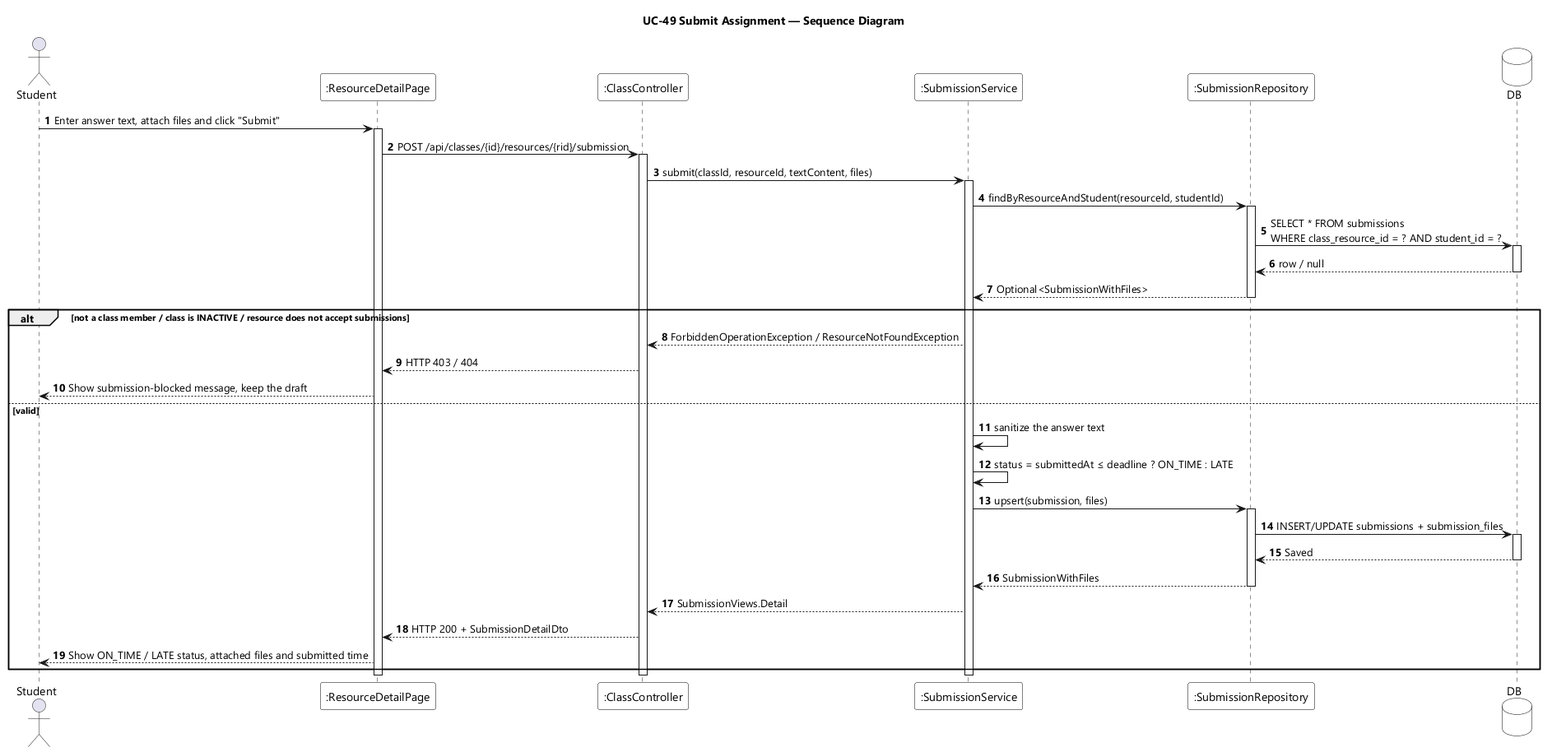
Earlier version of the PlantUML export designs/sds-diagrams/uc49/uc49-sequence-diagram.png (EduA-system/EduA-system). Its diagram source:
```plantuml
@startuml UC-49 Submit Assignment - Sequence Diagram
skinparamlocked dpi 96
skinparam defaultFontName "Segoe UI"
skinparam shadowing false
skinparam sequenceMessageAlign left
skinparam ParticipantBackgroundColor #FFFFFF
skinparam ParticipantBorderColor #000000
skinparam DatabaseBackgroundColor #FFFFFF
skinparam DatabaseBorderColor #000000
skinparam noteBackgroundColor #F5F5F5
skinparam noteBorderColor #666666
title UC-49 Submit Assignment — Sequence Diagram

actor Student
participant ":ResourceDetailPage" as UI
participant ":ClassController" as CTL
participant ":SubmissionService" as SVC
participant ":SubmissionRepository" as REPO
database DB

autonumber
Student -> UI : Enter answer text, attach files and click "Submit"
activate UI
UI -> CTL : POST /api/classes/{id}/resources/{rid}/submission
activate CTL
CTL -> SVC : submit(classId, resourceId, textContent, files)
activate SVC

SVC -> REPO : findByResourceAndStudent(resourceId, studentId)
activate REPO
REPO -> DB : SELECT * FROM submissions\nWHERE class_resource_id = ? AND student_id = ?
activate DB
DB --> REPO : row / null
deactivate DB
REPO --> SVC : Optional<SubmissionWithFiles>
deactivate REPO

alt not a class member / class is INACTIVE / resource does not accept submissions
  SVC --> CTL : ForbiddenOperationException / ResourceNotFoundException
  CTL --> UI : HTTP 403 / 404
  UI --> Student : Show submission-blocked message, keep the draft

else valid
  SVC -> SVC : sanitize the answer text
  SVC -> SVC : status = submittedAt ≤ deadline ? ON_TIME : LATE

  SVC -> REPO : upsert(submission, files)
  activate REPO
  REPO -> DB : INSERT/UPDATE submissions + submission_files
  activate DB
  DB --> REPO : Saved
  deactivate DB
  REPO --> SVC : SubmissionWithFiles
  deactivate REPO

  SVC --> CTL : SubmissionViews.Detail
  CTL --> UI : HTTP 200 + SubmissionDetailDto
  UI --> Student : Show ON_TIME / LATE status, attached files and submitted time
end

deactivate SVC
deactivate CTL
deactivate UI
@enduml
```
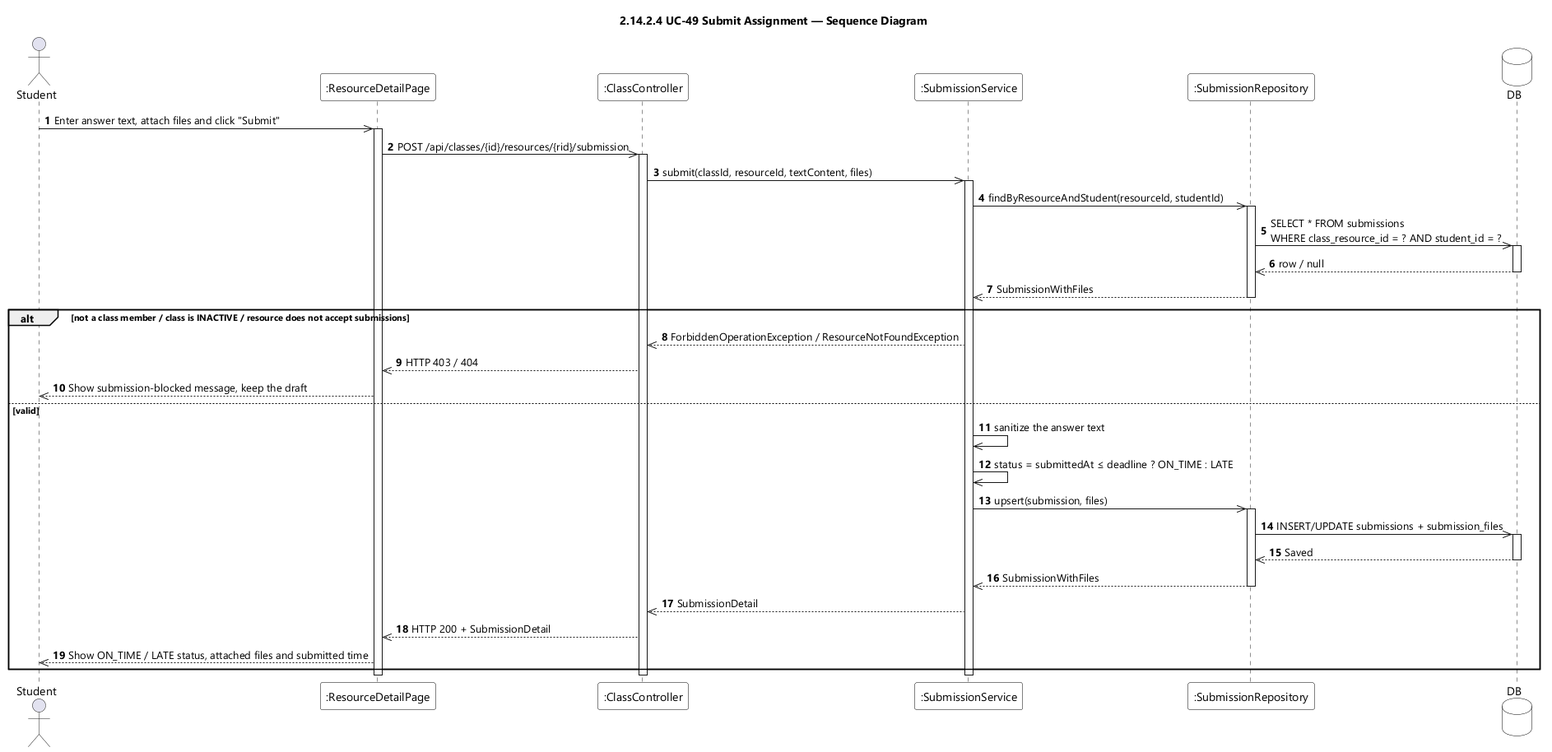
Above is the later version.

Change to the diagram source:
```diff
@@ -9,7 +9,7 @@
 skinparam DatabaseBorderColor #000000
 skinparam noteBackgroundColor #F5F5F5
 skinparam noteBorderColor #666666
-title UC-49 Submit Assignment — Sequence Diagram
+title 2.14.2.4 UC-49 Submit Assignment — Sequence Diagram
 
 actor Student
 participant ":ResourceDetailPage" as UI
@@ -19,43 +19,43 @@
 database DB
 
 autonumber
-Student -> UI : Enter answer text, attach files and click "Submit"
+Student ->> UI : Enter answer text, attach files and click "Submit"
 activate UI
-UI -> CTL : POST /api/classes/{id}/resources/{rid}/submission
+UI ->> CTL : POST /api/classes/{id}/resources/{rid}/submission
 activate CTL
-CTL -> SVC : submit(classId, resourceId, textContent, files)
+CTL ->> SVC : submit(classId, resourceId, textContent, files)
 activate SVC
 
-SVC -> REPO : findByResourceAndStudent(resourceId, studentId)
+SVC ->> REPO : findByResourceAndStudent(resourceId, studentId)
 activate REPO
-REPO -> DB : SELECT * FROM submissions\nWHERE class_resource_id = ? AND student_id = ?
+REPO ->> DB : SELECT * FROM submissions\nWHERE class_resource_id = ? AND student_id = ?
 activate DB
-DB --> REPO : row / null
+DB -->> REPO : row / null
 deactivate DB
-REPO --> SVC : Optional<SubmissionWithFiles>
+REPO -->> SVC : SubmissionWithFiles
 deactivate REPO
 
 alt not a class member / class is INACTIVE / resource does not accept submissions
-  SVC --> CTL : ForbiddenOperationException / ResourceNotFoundException
-  CTL --> UI : HTTP 403 / 404
-  UI --> Student : Show submission-blocked message, keep the draft
+  SVC -->> CTL : ForbiddenOperationException / ResourceNotFoundException
+  CTL -->> UI : HTTP 403 / 404
+  UI -->> Student : Show submission-blocked message, keep the draft
 
 else valid
-  SVC -> SVC : sanitize the answer text
-  SVC -> SVC : status = submittedAt ≤ deadline ? ON_TIME : LATE
+  SVC ->> SVC : sanitize the answer text
+  SVC ->> SVC : status = submittedAt ≤ deadline ? ON_TIME : LATE
 
-  SVC -> REPO : upsert(submission, files)
+  SVC ->> REPO : upsert(submission, files)
   activate REPO
-  REPO -> DB : INSERT/UPDATE submissions + submission_files
+  REPO ->> DB : INSERT/UPDATE submissions + submission_files
   activate DB
-  DB --> REPO : Saved
+  DB -->> REPO : Saved
   deactivate DB
-  REPO --> SVC : SubmissionWithFiles
+  REPO -->> SVC : SubmissionWithFiles
   deactivate REPO
 
-  SVC --> CTL : SubmissionViews.Detail
-  CTL --> UI : HTTP 200 + SubmissionDetailDto
-  UI --> Student : Show ON_TIME / LATE status, attached files and submitted time
+  SVC -->> CTL : SubmissionDetail
+  CTL -->> UI : HTTP 200 + SubmissionDetail
+  UI -->> Student : Show ON_TIME / LATE status, attached files and submitted time
 end
 
 deactivate SVC
```
